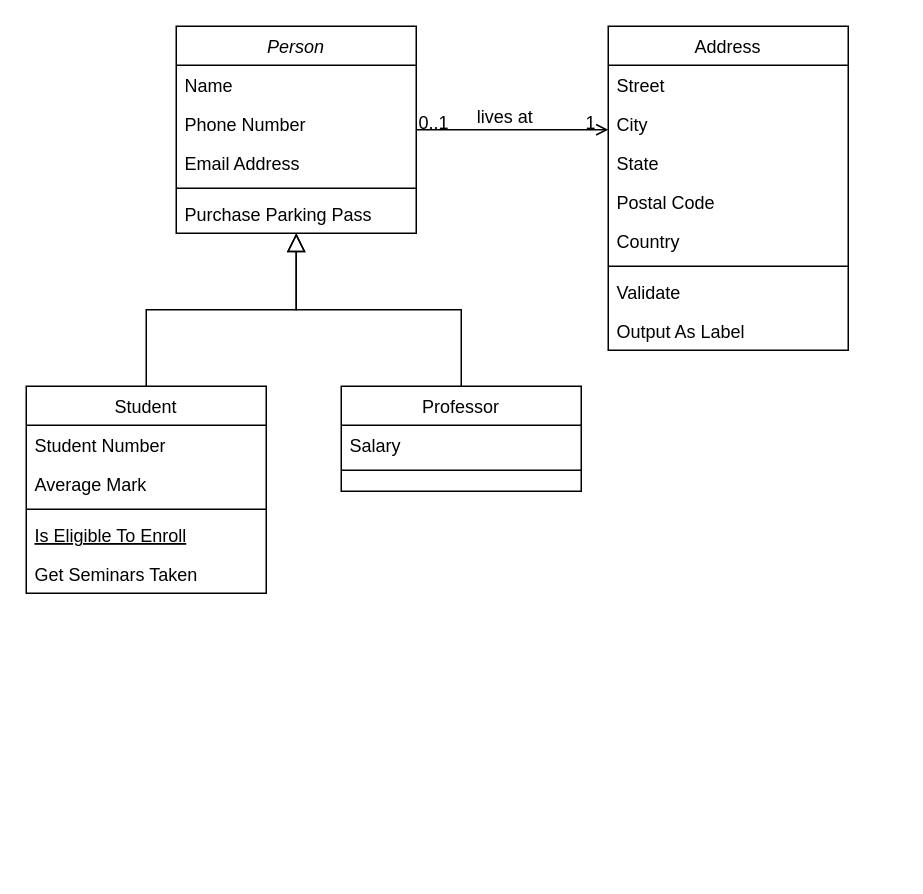
The draw.io diagram projet-vin-mcd.drawio in TorayLaTortue/Projet-vin, before the edit. Source tidied: cells renumbered, new cells numbered last; positions are measured from the earlier drawing's top-left corner, leaving out a move shared by most shapes. Both pictures are drawn from the tidied source at 150%, with x=0, y=0 at pixel (26, 26).
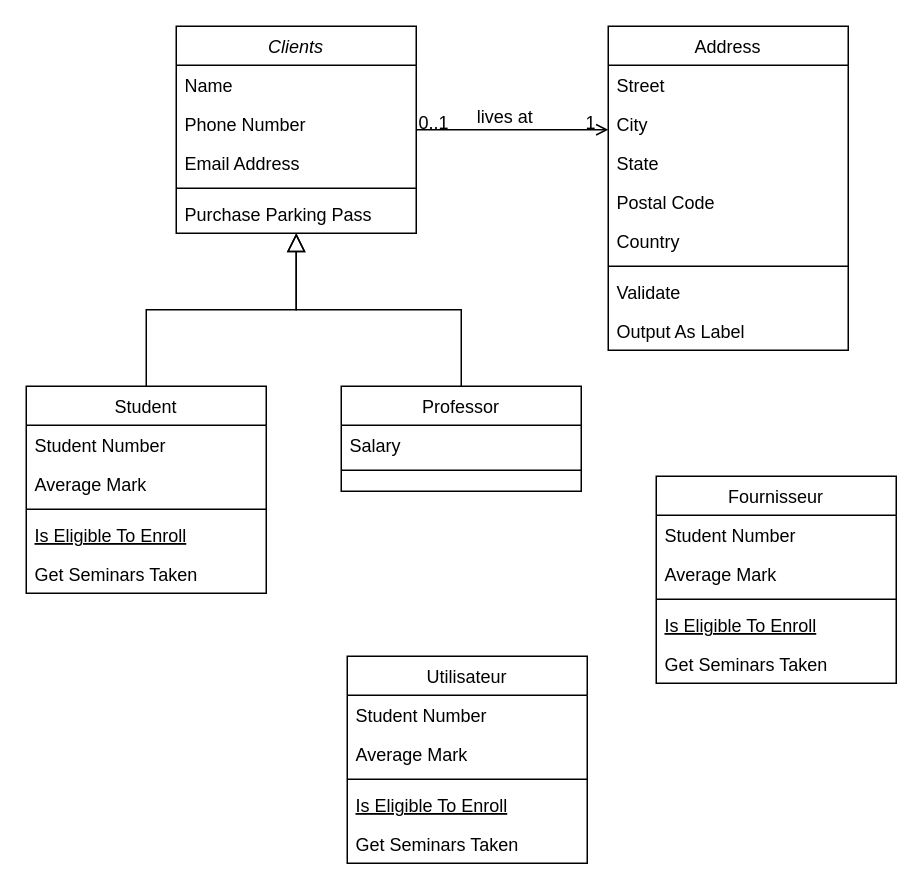
After the change.

Commit message:
Mettre à jour projet-vin-mcd.drawio

What changed in the source:
```diff
@@
-    <mxCell id="2" value="Person" style="swimlane;fontStyle=2;align=center;verticalAlign=top;horizontal=1;startSize=26;rounded=0;shadow=0;strokeWidth=1;" parent="1" vertex="1">
+    <mxCell id="2" value="Clients" style="swimlane;fontStyle=2;align=center;verticalAlign=top;horizontal=1;startSize=26;rounded=0;shadow=0;strokeWidth=1;" parent="1" vertex="1">
       <mxGeometry x="100" width="160" height="138" as="geometry" />
     </mxCell>
@@
+    <mxCell id="32" value="Utilisateur" style="swimlane;fontStyle=0;align=center;verticalAlign=top;horizontal=1;startSize=26;rounded=0;shadow=0;strokeWidth=1;" parent="1" vertex="1">
+      <mxGeometry x="214" y="420" width="160" height="138" as="geometry" />
+    </mxCell>
+    <mxCell id="33" value="Student Number" style="text;align=left;verticalAlign=top;spacingLeft=4;spacingRight=4;overflow=hidden;" parent="32" vertex="1">
+      <mxGeometry y="26" width="160" height="26" as="geometry" />
+    </mxCell>
+    <mxCell id="34" value="Average Mark" style="text;align=left;verticalAlign=top;spacingLeft=4;spacingRight=4;overflow=hidden;rounded=0;shadow=0;html=0;" parent="32" vertex="1">
+      <mxGeometry y="52" width="160" height="26" as="geometry" />
+    </mxCell>
+    <mxCell id="35" style="line;html=1;strokeWidth=1;align=left;verticalAlign=middle;spacingTop=-1;spacingLeft=3;spacingRight=3;labelPosition=right;" parent="32" vertex="1">
+      <mxGeometry y="78" width="160" height="8" as="geometry" />
+    </mxCell>
+    <mxCell id="36" value="Is Eligible To Enroll" style="text;align=left;verticalAlign=top;spacingLeft=4;spacingRight=4;overflow=hidden;fontStyle=4;" parent="32" vertex="1">
+      <mxGeometry y="86" width="160" height="26" as="geometry" />
+    </mxCell>
+    <mxCell id="37" value="Get Seminars Taken" style="text;align=left;verticalAlign=top;spacingLeft=4;spacingRight=4;overflow=hidden;" parent="32" vertex="1">
+      <mxGeometry y="112" width="160" height="26" as="geometry" />
+    </mxCell>
+    <mxCell id="38" value="Fournisseur" style="swimlane;fontStyle=0;align=center;verticalAlign=top;horizontal=1;startSize=26;rounded=0;shadow=0;strokeWidth=1;" parent="1" vertex="1">
+      <mxGeometry x="420" y="300" width="160" height="138" as="geometry" />
+    </mxCell>
+    <mxCell id="39" value="Student Number" style="text;align=left;verticalAlign=top;spacingLeft=4;spacingRight=4;overflow=hidden;" parent="38" vertex="1">
+      <mxGeometry y="26" width="160" height="26" as="geometry" />
+    </mxCell>
+    <mxCell id="40" value="Average Mark" style="text;align=left;verticalAlign=top;spacingLeft=4;spacingRight=4;overflow=hidden;rounded=0;shadow=0;html=0;" parent="38" vertex="1">
+      <mxGeometry y="52" width="160" height="26" as="geometry" />
+    </mxCell>
+    <mxCell id="41" style="line;html=1;strokeWidth=1;align=left;verticalAlign=middle;spacingTop=-1;spacingLeft=3;spacingRight=3;labelPosition=right;" parent="38" vertex="1">
+      <mxGeometry y="78" width="160" height="8" as="geometry" />
+    </mxCell>
+    <mxCell id="42" value="Is Eligible To Enroll" style="text;align=left;verticalAlign=top;spacingLeft=4;spacingRight=4;overflow=hidden;fontStyle=4;" parent="38" vertex="1">
+      <mxGeometry y="86" width="160" height="26" as="geometry" />
+    </mxCell>
+    <mxCell id="43" value="Get Seminars Taken" style="text;align=left;verticalAlign=top;spacingLeft=4;spacingRight=4;overflow=hidden;" parent="38" vertex="1">
+      <mxGeometry y="112" width="160" height="26" as="geometry" />
+    </mxCell>
```
